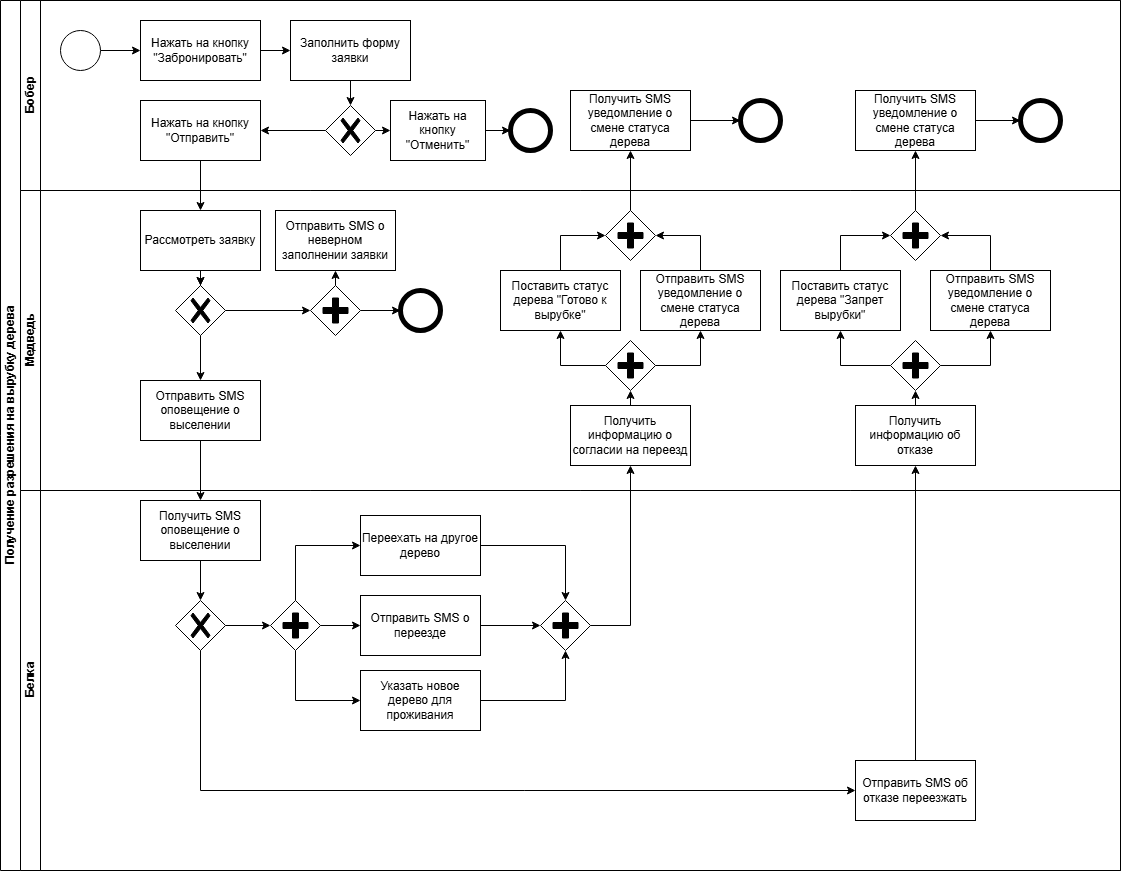
pytonuserouner/UML_study keeps this draw.io diagram as Задача про бобров.drawio.png. Above is the earlier version. Source tidied: cells renumbered, new cells last; positions are measured from the earlier drawing's top-left corner, leaving out a move shared by most shapes.
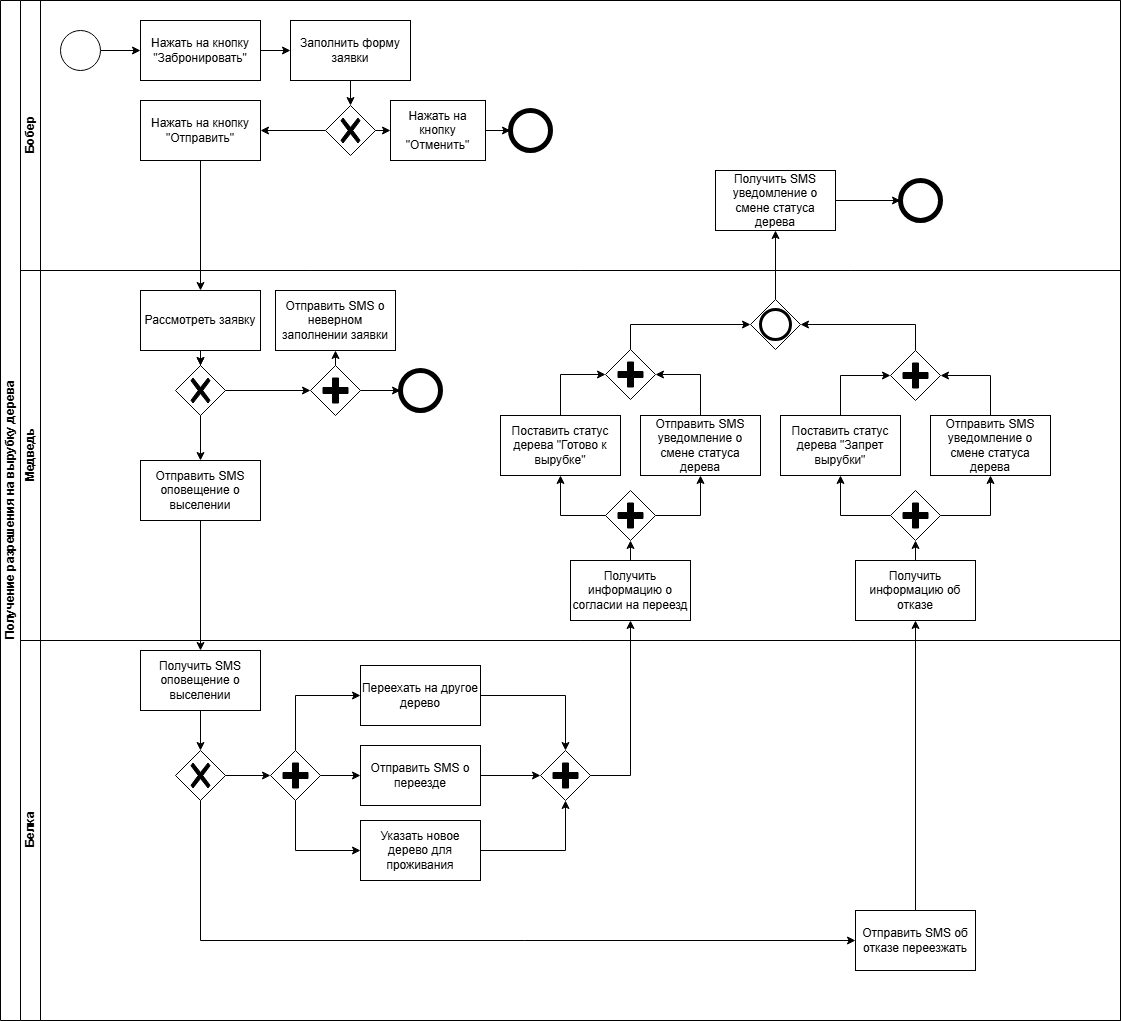
The same file after the commit.

What changed in the source:
```diff
@@ -3,10 +3,10 @@
     <mxCell id="0" />
     <mxCell id="1" parent="0" />
     <mxCell id="2" value="Получение разрешения на вырубку дерева" style="swimlane;html=1;horizontal=0;startSize=20;" parent="1" vertex="1">
-      <mxGeometry width="1120" height="870" as="geometry" />
+      <mxGeometry width="1120" height="1020" as="geometry" />
     </mxCell>
     <mxCell id="3" value="Бобер" style="swimlane;html=1;startSize=20;horizontal=0;" parent="2" vertex="1">
-      <mxGeometry x="20" width="1100" height="190" as="geometry" />
+      <mxGeometry x="20" width="1100" height="270" as="geometry" />
     </mxCell>
     <mxCell id="4" style="edgeStyle=orthogonalEdgeStyle;rounded=0;jettySize=auto;html=1;" parent="3" edge="1" source="5" target="6">
       <mxGeometry relative="1" as="geometry" />
@@ -41,20 +41,11 @@
     <mxCell id="14" style="endArrow=classic;html=1;rounded=0;entryX=0;entryY=0.5;entryDx=0;entryDy=0;exitX=1;exitY=0.5;exitDx=0;exitDy=0;" parent="3" edge="1" source="21" target="7">
       <mxGeometry relative="1" as="geometry" />
     </mxCell>
-    <mxCell id="15" value="Получить SMS уведомление о смене статуса дерева" style="rounded=0;whiteSpace=wrap;html=1;fontFamily=Helvetica;fontSize=12;fontColor=#000000;align=center;" parent="3" vertex="1">
-      <mxGeometry x="550" y="90" width="120" height="60" as="geometry" />
-    </mxCell>
-    <mxCell id="16" style="ellipse;whiteSpace=wrap;html=1;strokeWidth=5;" parent="3" vertex="1">
-      <mxGeometry x="720" y="100" width="40" height="40" as="geometry" />
-    </mxCell>
-    <mxCell id="17" style="endArrow=classic;html=1;rounded=0;exitX=1;exitY=0.5;exitDx=0;exitDy=0;entryX=0;entryY=0.5;entryDx=0;entryDy=0;" parent="3" edge="1" source="15" target="16">
-      <mxGeometry relative="1" as="geometry" />
-    </mxCell>
     <mxCell id="18" value="Получить SMS уведомление о смене статуса дерева" style="rounded=0;whiteSpace=wrap;html=1;fontFamily=Helvetica;fontSize=12;fontColor=#000000;align=center;" parent="3" vertex="1">
-      <mxGeometry x="835" y="90" width="120" height="60" as="geometry" />
+      <mxGeometry x="695" y="170" width="120" height="60" as="geometry" />
     </mxCell>
     <mxCell id="19" style="ellipse;whiteSpace=wrap;html=1;strokeWidth=5;" parent="3" vertex="1">
-      <mxGeometry x="1000" y="100" width="40" height="40" as="geometry" />
+      <mxGeometry x="880" y="180" width="40" height="40" as="geometry" />
     </mxCell>
     <mxCell id="20" style="endArrow=classic;html=1;rounded=0;exitX=1;exitY=0.5;exitDx=0;exitDy=0;entryX=0;entryY=0.5;entryDx=0;entryDy=0;" parent="3" edge="1" source="18" target="19">
       <mxGeometry relative="1" as="geometry" />
@@ -72,7 +63,7 @@
       <mxGeometry relative="1" as="geometry" />
     </mxCell>
     <mxCell id="25" value="Медведь" style="swimlane;html=1;startSize=20;horizontal=0;" parent="2" vertex="1">
-      <mxGeometry x="20" y="190" width="1100" height="300" as="geometry" />
+      <mxGeometry x="20" y="270" width="1100" height="370" as="geometry" />
     </mxCell>
     <mxCell id="26" style="edgeStyle=orthogonalEdgeStyle;rounded=0;jettySize=auto;html=1;" parent="25" edge="1" source="27" target="28">
       <mxGeometry relative="1" as="geometry" />
@@ -108,22 +99,22 @@
       <mxGeometry x="120" y="190" width="120" height="60" as="geometry" />
     </mxCell>
     <mxCell id="37" value="Получить информацию о согласии на переезд" style="rounded=0;whiteSpace=wrap;html=1;fontFamily=Helvetica;fontSize=12;fontColor=#000000;align=center;" parent="25" vertex="1">
-      <mxGeometry x="550" y="215" width="120" height="60" as="geometry" />
+      <mxGeometry x="550" y="290" width="120" height="60" as="geometry" />
     </mxCell>
     <mxCell id="38" style="endArrow=classic;html=1;rounded=0;exitX=0.5;exitY=1;exitDx=0;exitDy=0;exitPerimeter=0;entryX=0.5;entryY=0;entryDx=0;entryDy=0;" parent="25" edge="1" source="28" target="36">
       <mxGeometry relative="1" as="geometry" />
     </mxCell>
     <mxCell id="39" value="Поставить статус дерева &quot;Готово к вырубке&quot;" style="rounded=0;whiteSpace=wrap;html=1;fontFamily=Helvetica;fontSize=12;fontColor=#000000;align=center;" parent="25" vertex="1">
-      <mxGeometry x="480" y="80" width="120" height="60" as="geometry" />
+      <mxGeometry x="480" y="145" width="120" height="60" as="geometry" />
     </mxCell>
     <mxCell id="40" value="Отправить SMS уведомление о смене статуса дерева" style="rounded=0;whiteSpace=wrap;html=1;fontFamily=Helvetica;fontSize=12;fontColor=#000000;align=center;" parent="25" vertex="1">
-      <mxGeometry x="620" y="80" width="120" height="60" as="geometry" />
+      <mxGeometry x="620" y="145" width="120" height="60" as="geometry" />
     </mxCell>
     <mxCell id="41" style="points=[[0.25,0.25,0],[0.5,0,0],[0.75,0.25,0],[1,0.5,0],[0.75,0.75,0],[0.5,1,0],[0.25,0.75,0],[0,0.5,0]];shape=mxgraph.bpmn.gateway2;html=1;verticalLabelPosition=bottom;labelBackgroundColor=#ffffff;verticalAlign=top;align=center;perimeter=rhombusPerimeter;outlineConnect=0;outline=none;symbol=none;gwType=parallel;" parent="25" vertex="1">
-      <mxGeometry x="585" y="150" width="50" height="50" as="geometry" />
+      <mxGeometry x="585" y="220" width="50" height="50" as="geometry" />
     </mxCell>
     <mxCell id="42" style="points=[[0.25,0.25,0],[0.5,0,0],[0.75,0.25,0],[1,0.5,0],[0.75,0.75,0],[0.5,1,0],[0.25,0.75,0],[0,0.5,0]];shape=mxgraph.bpmn.gateway2;html=1;verticalLabelPosition=bottom;labelBackgroundColor=#ffffff;verticalAlign=top;align=center;perimeter=rhombusPerimeter;outlineConnect=0;outline=none;symbol=none;gwType=parallel;" parent="25" vertex="1">
-      <mxGeometry x="585" y="20" width="50" height="50" as="geometry" />
+      <mxGeometry x="585" y="79" width="50" height="50" as="geometry" />
     </mxCell>
     <mxCell id="43" style="endArrow=classic;html=1;rounded=0;entryX=0.5;entryY=1;entryDx=0;entryDy=0;entryPerimeter=0;exitX=0.5;exitY=0;exitDx=0;exitDy=0;" parent="25" edge="1" source="37" target="41">
       <mxGeometry relative="1" as="geometry" />
@@ -141,22 +132,22 @@
       <mxGeometry relative="1" as="geometry" />
     </mxCell>
     <mxCell id="48" value="Получить информацию об отказе" style="rounded=0;whiteSpace=wrap;html=1;fontFamily=Helvetica;fontSize=12;fontColor=#000000;align=center;" parent="25" vertex="1">
-      <mxGeometry x="835" y="215" width="120" height="60" as="geometry" />
+      <mxGeometry x="835" y="290" width="120" height="60" as="geometry" />
     </mxCell>
     <mxCell id="49" value="Поставить статус дерева &quot;Запрет вырубки&quot;" style="rounded=0;whiteSpace=wrap;html=1;fontFamily=Helvetica;fontSize=12;fontColor=#000000;align=center;" parent="25" vertex="1">
-      <mxGeometry x="760" y="80" width="120" height="60" as="geometry" />
+      <mxGeometry x="760" y="145" width="120" height="60" as="geometry" />
     </mxCell>
     <mxCell id="50" style="endArrow=classic;html=1;rounded=0;exitX=0.5;exitY=0;exitDx=0;exitDy=0;entryX=0.5;entryY=1;entryDx=0;entryDy=0;entryPerimeter=0;" parent="25" edge="1" source="48" target="51">
       <mxGeometry relative="1" as="geometry" />
     </mxCell>
     <mxCell id="51" style="points=[[0.25,0.25,0],[0.5,0,0],[0.75,0.25,0],[1,0.5,0],[0.75,0.75,0],[0.5,1,0],[0.25,0.75,0],[0,0.5,0]];shape=mxgraph.bpmn.gateway2;html=1;verticalLabelPosition=bottom;labelBackgroundColor=#ffffff;verticalAlign=top;align=center;perimeter=rhombusPerimeter;outlineConnect=0;outline=none;symbol=none;gwType=parallel;" parent="25" vertex="1">
-      <mxGeometry x="870" y="150" width="50" height="50" as="geometry" />
+      <mxGeometry x="870" y="220" width="50" height="50" as="geometry" />
     </mxCell>
     <mxCell id="52" value="Отправить SMS уведомление о смене статуса дерева" style="rounded=0;whiteSpace=wrap;html=1;fontFamily=Helvetica;fontSize=12;fontColor=#000000;align=center;" parent="25" vertex="1">
-      <mxGeometry x="910" y="80" width="120" height="60" as="geometry" />
+      <mxGeometry x="910" y="145" width="120" height="60" as="geometry" />
     </mxCell>
     <mxCell id="53" style="points=[[0.25,0.25,0],[0.5,0,0],[0.75,0.25,0],[1,0.5,0],[0.75,0.75,0],[0.5,1,0],[0.25,0.75,0],[0,0.5,0]];shape=mxgraph.bpmn.gateway2;html=1;verticalLabelPosition=bottom;labelBackgroundColor=#ffffff;verticalAlign=top;align=center;perimeter=rhombusPerimeter;outlineConnect=0;outline=none;symbol=none;gwType=parallel;" parent="25" vertex="1">
-      <mxGeometry x="870" y="20" width="50" height="50" as="geometry" />
+      <mxGeometry x="870" y="80" width="50" height="50" as="geometry" />
     </mxCell>
     <mxCell id="54" style="endArrow=classic;html=1;rounded=0;exitX=0;exitY=0.5;exitDx=0;exitDy=0;exitPerimeter=0;entryX=0.5;entryY=1;entryDx=0;entryDy=0;edgeStyle=orthogonalEdgeStyle;" parent="25" edge="1" source="51" target="49">
       <mxGeometry relative="1" as="geometry" />
@@ -170,8 +161,17 @@
     <mxCell id="57" style="endArrow=classic;html=1;rounded=0;exitX=0.5;exitY=0;exitDx=0;exitDy=0;entryX=1;entryY=0.5;entryDx=0;entryDy=0;entryPerimeter=0;edgeStyle=orthogonalEdgeStyle;" parent="25" edge="1" source="52" target="53">
       <mxGeometry relative="1" as="geometry" />
     </mxCell>
+    <mxCell id="80" style="points=[[0.25,0.25,0],[0.5,0,0],[0.75,0.25,0],[1,0.5,0],[0.75,0.75,0],[0.5,1,0],[0.25,0.75,0],[0,0.5,0]];shape=mxgraph.bpmn.gateway2;html=1;verticalLabelPosition=bottom;labelBackgroundColor=#ffffff;verticalAlign=top;align=center;perimeter=rhombusPerimeter;outlineConnect=0;outline=end;symbol=general;" parent="25" vertex="1">
+      <mxGeometry x="730" y="29" width="50" height="50" as="geometry" />
+    </mxCell>
+    <mxCell id="81" style="endArrow=classic;html=1;rounded=0;exitX=0.5;exitY=0;exitDx=0;exitDy=0;exitPerimeter=0;entryX=0;entryY=0.5;entryDx=0;entryDy=0;entryPerimeter=0;edgeStyle=orthogonalEdgeStyle;" parent="25" edge="1" source="42" target="80">
+      <mxGeometry relative="1" as="geometry" />
+    </mxCell>
+    <mxCell id="82" style="endArrow=classic;html=1;rounded=0;exitX=0.5;exitY=0;exitDx=0;exitDy=0;exitPerimeter=0;entryX=1;entryY=0.5;entryDx=0;entryDy=0;entryPerimeter=0;edgeStyle=orthogonalEdgeStyle;" parent="25" edge="1" source="53" target="80">
+      <mxGeometry relative="1" as="geometry" />
+    </mxCell>
     <mxCell id="58" value="Белка" style="swimlane;html=1;startSize=20;horizontal=0;" parent="2" vertex="1">
-      <mxGeometry x="20" y="490" width="1100" height="380" as="geometry" />
+      <mxGeometry x="20" y="640" width="1100" height="380" as="geometry" />
     </mxCell>
     <mxCell id="59" value="Получить SMS оповещение о выселении" style="rounded=0;whiteSpace=wrap;html=1;fontFamily=Helvetica;fontSize=12;fontColor=#000000;align=center;" parent="58" vertex="1">
       <mxGeometry x="120" y="10" width="120" height="60" as="geometry" />
@@ -227,13 +227,10 @@
     <mxCell id="76" style="endArrow=classic;html=1;rounded=0;exitX=1;exitY=0.5;exitDx=0;exitDy=0;exitPerimeter=0;entryX=0.5;entryY=1;entryDx=0;entryDy=0;edgeStyle=orthogonalEdgeStyle;" parent="2" edge="1" source="65" target="37">
       <mxGeometry relative="1" as="geometry" />
     </mxCell>
-    <mxCell id="77" style="endArrow=classic;html=1;rounded=0;exitX=0.5;exitY=0;exitDx=0;exitDy=0;exitPerimeter=0;entryX=0.5;entryY=1;entryDx=0;entryDy=0;" parent="2" edge="1" source="42" target="15">
-      <mxGeometry relative="1" as="geometry" />
-    </mxCell>
     <mxCell id="78" style="endArrow=classic;html=1;rounded=0;exitX=0.5;exitY=0;exitDx=0;exitDy=0;entryX=0.5;entryY=1;entryDx=0;entryDy=0;" parent="2" edge="1" source="66" target="48">
       <mxGeometry relative="1" as="geometry" />
     </mxCell>
-    <mxCell id="79" style="endArrow=classic;html=1;rounded=0;exitX=0.5;exitY=0;exitDx=0;exitDy=0;exitPerimeter=0;entryX=0.5;entryY=1;entryDx=0;entryDy=0;" parent="2" edge="1" source="53" target="18">
+    <mxCell id="79" style="endArrow=classic;html=1;rounded=0;entryX=0.5;entryY=1;entryDx=0;entryDy=0;exitX=0.5;exitY=0;exitDx=0;exitDy=0;exitPerimeter=0;" parent="2" edge="1" source="80" target="18">
       <mxGeometry relative="1" as="geometry" />
     </mxCell>
   </root>
```
